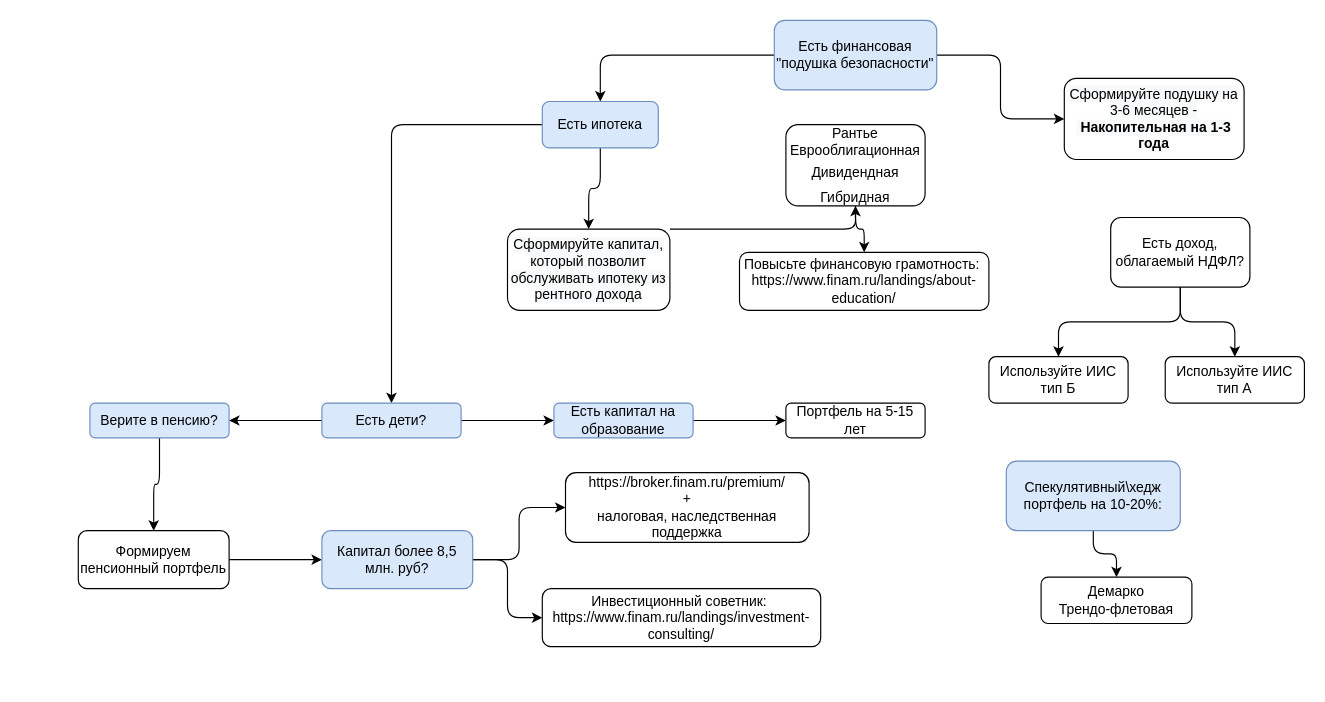
Before: Untitled Diagram.drawio in datainv/hexlet-git, a draw.io diagram. Source tidied: cells renumbered, new cells numbered last; positions are measured from the earlier drawing's top-left corner, leaving out a move shared by most shapes. Both pictures are drawn from the tidied source at 116%, with x=0, y=0 at pixel (78, 20).
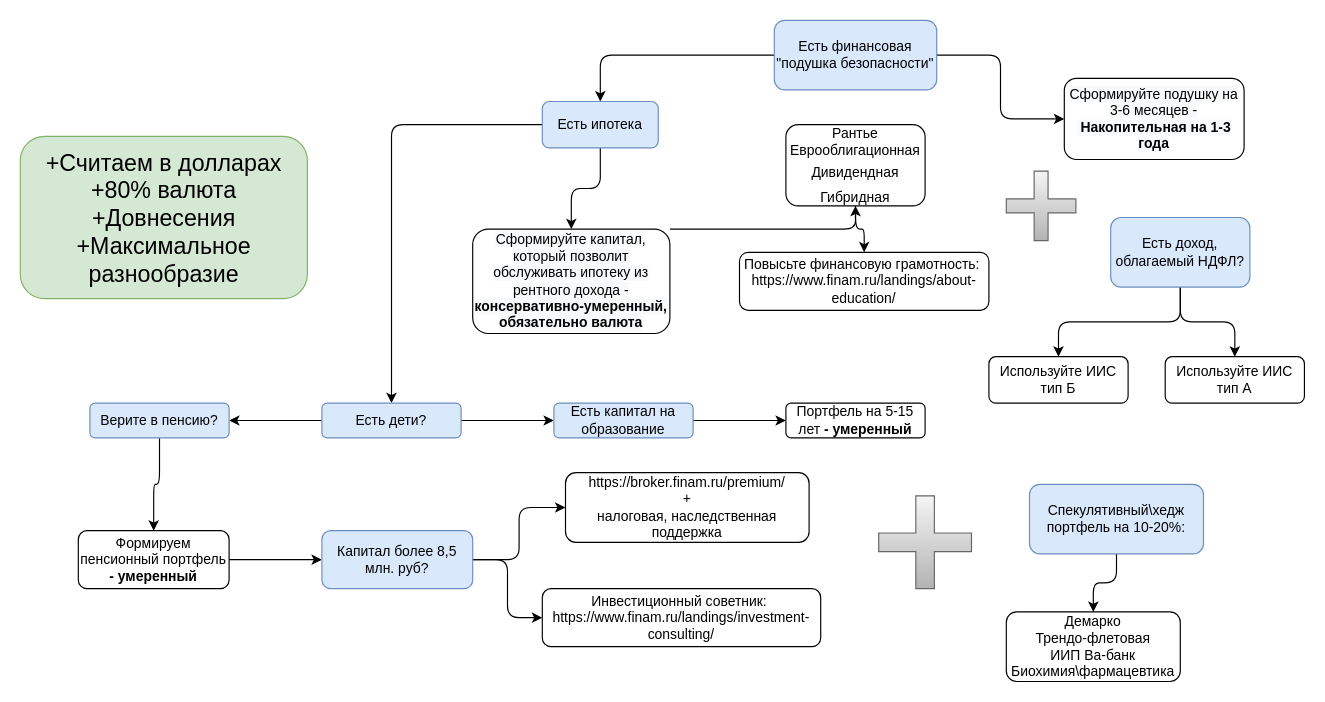
The same page after the edit.

Change to the diagram source:
```diff
@@
-    <mxCell id="7" value="&lt;font style=&quot;font-size: 12px&quot;&gt;Есть доход, облагаемый НДФЛ?&lt;/font&gt;" style="rounded=1;whiteSpace=wrap;html=1;fontSize=12;glass=0;strokeWidth=1;shadow=0;" parent="1" vertex="1">
+    <mxCell id="7" value="&lt;font style=&quot;font-size: 12px&quot;&gt;Есть доход, облагаемый НДФЛ?&lt;/font&gt;" style="rounded=1;whiteSpace=wrap;html=1;fontSize=12;glass=0;strokeWidth=1;shadow=0;fillColor=#dae8fc;strokeColor=#6c8ebf;" parent="1" vertex="1">
       <mxGeometry x="890" y="170" width="120" height="60" as="geometry" />
     </mxCell>
@@
-    <mxCell id="19" value="&#10;&#10;&lt;span style=&quot;color: rgb(0, 0, 0); font-family: helvetica; font-size: 12px; font-style: normal; font-weight: 400; letter-spacing: normal; text-align: center; text-indent: 0px; text-transform: none; word-spacing: 0px; background-color: rgb(248, 249, 250); display: inline; float: none;&quot;&gt;Сформируйте капитал, который позволит обслуживать ипотеку из рентного дохода&lt;/span&gt;&#10;&#10;" style="whiteSpace=wrap;html=1;rounded=1;shadow=0;strokeWidth=1;glass=0;" parent="1" vertex="1">
-      <mxGeometry x="370" y="180" width="140" height="70" as="geometry" />
+    <mxCell id="19" value="&lt;span style=&quot;color: rgb(0 , 0 , 0) ; font-family: &amp;#34;helvetica&amp;#34; ; font-size: 12px ; font-style: normal ; font-weight: 400 ; letter-spacing: normal ; text-align: center ; text-indent: 0px ; text-transform: none ; word-spacing: 0px ; background-color: rgb(248 , 249 , 250) ; display: inline ; float: none&quot;&gt;Сформируйте капитал, который позволит обслуживать ипотеку из рентного дохода - &lt;/span&gt;&lt;span style=&quot;color: rgb(0 , 0 , 0) ; font-family: &amp;#34;helvetica&amp;#34; ; font-size: 12px ; font-style: normal ; letter-spacing: normal ; text-align: center ; text-indent: 0px ; text-transform: none ; word-spacing: 0px ; background-color: rgb(248 , 249 , 250) ; display: inline ; float: none&quot;&gt;&lt;b&gt;консервативно-умеренный, обязательно валюта&lt;/b&gt;&lt;/span&gt;" style="whiteSpace=wrap;html=1;rounded=1;shadow=0;strokeWidth=1;glass=0;" parent="1" vertex="1">
+      <mxGeometry x="340" y="180" width="170" height="90" as="geometry" />
     </mxCell>
@@
-    <mxCell id="27" value="Портфель на 5-15 лет" style="rounded=1;whiteSpace=wrap;html=1;fontSize=12;glass=0;strokeWidth=1;shadow=0;" parent="1" vertex="1">
+    <mxCell id="27" value="Портфель на 5-15 лет &lt;b&gt;- умеренный&lt;/b&gt;" style="rounded=1;whiteSpace=wrap;html=1;fontSize=12;glass=0;strokeWidth=1;shadow=0;" parent="1" vertex="1">
       <mxGeometry x="610" y="330" width="120" height="30" as="geometry" />
     </mxCell>
@@
-    <mxCell id="29" value="Формируем пенсионный портфель" style="rounded=1;whiteSpace=wrap;html=1;fontSize=12;glass=0;strokeWidth=1;shadow=0;" parent="1" vertex="1">
+    <mxCell id="29" value="Формируем пенсионный портфель &lt;b&gt;- умеренный&lt;/b&gt;" style="rounded=1;whiteSpace=wrap;html=1;fontSize=12;glass=0;strokeWidth=1;shadow=0;" parent="1" vertex="1">
       <mxGeometry y="440" width="130" height="50" as="geometry" />
     </mxCell>
@@
     <mxCell id="36" value="Спекулятивный\хедж портфель на 10-20%:" style="rounded=1;whiteSpace=wrap;html=1;fontSize=12;glass=0;strokeWidth=1;shadow=0;fillColor=#dae8fc;strokeColor=#6c8ebf;" parent="1" vertex="1">
-      <mxGeometry x="800" y="380" width="150" height="60" as="geometry" />
+      <mxGeometry x="820" y="400" width="150" height="60" as="geometry" />
     </mxCell>
-    <mxCell id="37" value="Демарко&lt;br&gt;Трендо-флетовая" style="rounded=1;whiteSpace=wrap;html=1;fontSize=12;glass=0;strokeWidth=1;shadow=0;" parent="1" vertex="1">
-      <mxGeometry x="830" y="480" width="130" height="40" as="geometry" />
+    <mxCell id="37" value="Демарко&lt;br&gt;Трендо-флетовая&lt;br&gt;ИИП Ва-банк&lt;br&gt;Биохимия\фармацевтика" style="rounded=1;whiteSpace=wrap;html=1;fontSize=12;glass=0;strokeWidth=1;shadow=0;" parent="1" vertex="1">
+      <mxGeometry x="800" y="510" width="150" height="60" as="geometry" />
     </mxCell>
+    <mxCell id="38" value="&lt;font style=&quot;font-size: 20px&quot;&gt;+Считаем в долларах&lt;br&gt;+80% валюта&lt;br&gt;+Довнесения&lt;br&gt;+Максимальное разнообразие&lt;/font&gt;" style="rounded=1;whiteSpace=wrap;html=1;fontSize=12;glass=0;strokeWidth=1;shadow=0;fillColor=#d5e8d4;strokeColor=#82b366;" parent="1" vertex="1">
+      <mxGeometry x="-50" y="100" width="247.5" height="140" as="geometry" />
+    </mxCell>
+    <mxCell id="39" style="shape=cross;whiteSpace=wrap;html=1;rounded=1;shadow=0;glass=0;strokeWidth=1;gradientColor=#b3b3b3;fillColor=#f5f5f5;strokeColor=#666666;" parent="1" vertex="1">
+      <mxGeometry x="690" y="410" width="80" height="80" as="geometry" />
+    </mxCell>
+    <mxCell id="40" style="shape=cross;whiteSpace=wrap;html=1;rounded=1;shadow=0;glass=0;strokeWidth=1;gradientColor=#b3b3b3;fillColor=#f5f5f5;strokeColor=#666666;" parent="1" vertex="1">
+      <mxGeometry x="800" y="130" width="60" height="60" as="geometry" />
+    </mxCell>
```
